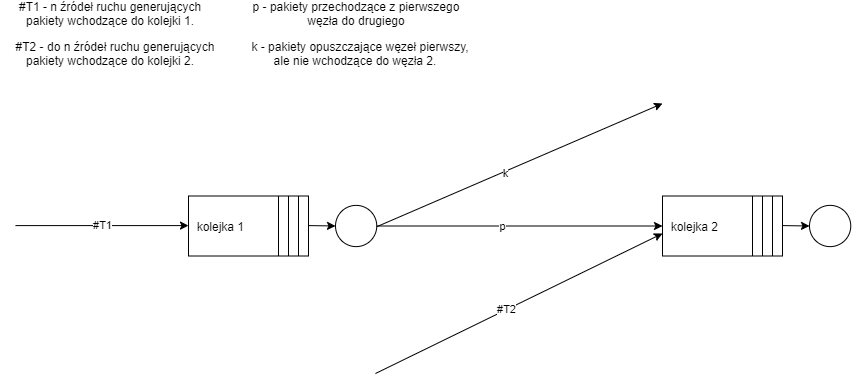
This is scenario.png from jazzsewera/mops-projekt, a draw.io export, as it was before one commit. Source tidied: cells renumbered, new cells last; positions are measured from the earlier drawing's top-left corner, leaving out a move shared by most shapes.
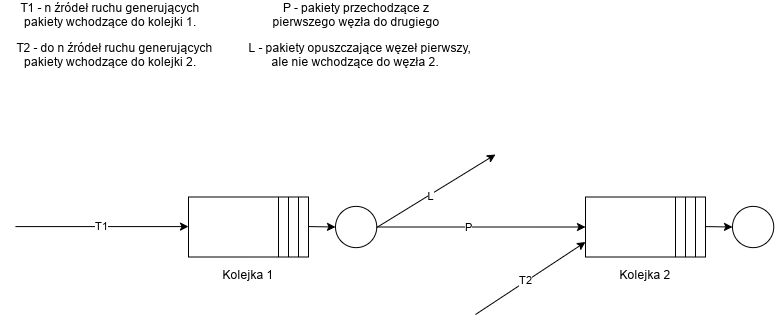
Above is the later version.

Commit message:
Update sections, rm unneccessary schemas

The edit, as a diff of the source:
```diff
@@ -2,19 +2,18 @@
   <root>
     <mxCell id="0" />
     <mxCell id="1" parent="0" />
-    <mxCell id="2" value="p" style="edgeStyle=orthogonalEdgeStyle;rounded=0;orthogonalLoop=1;jettySize=auto;html=1;entryX=0;entryY=0.5;entryDx=0;entryDy=0;exitX=1;exitY=0.5;exitDx=0;exitDy=0;" parent="1" edge="1">
+    <mxCell id="2" value="P" style="edgeStyle=orthogonalEdgeStyle;rounded=0;jettySize=auto;html=1;entryX=0;entryY=0.5;entryDx=0;entryDy=0;exitX=1;exitY=0.5;exitDx=0;exitDy=0;" parent="1" edge="1" target="8">
       <mxGeometry x="-0.12" relative="1" as="geometry">
         <mxPoint x="375" y="222.5" as="sourcePoint" />
-        <mxPoint x="662" y="222.5" as="targetPoint" />
       </mxGeometry>
     </mxCell>
-    <mxCell id="3" value="k" style="endArrow=classic;html=1;exitX=1;exitY=0.75;exitDx=0;exitDy=0;" parent="1" edge="1">
+    <mxCell id="3" value="L" style="endArrow=classic;html=1;exitX=1;exitY=0.75;exitDx=0;exitDy=0;" parent="1" edge="1">
       <mxGeometry x="-0.1" y="-2" relative="1" as="geometry">
         <mxPoint x="375" y="223.8" as="sourcePoint" />
-        <mxPoint x="662" y="100" as="targetPoint" />
+        <mxPoint x="495" y="150" as="targetPoint" />
       </mxGeometry>
     </mxCell>
-    <mxCell id="4" value="&amp;nbsp; kolejka 1" style="rounded=0;whiteSpace=wrap;html=1;align=left;" parent="1" vertex="1">
+    <mxCell id="4" style="rounded=0;whiteSpace=wrap;html=1;align=left;" parent="1" vertex="1">
       <mxGeometry x="188" y="192.5" width="120" height="60" as="geometry" />
     </mxCell>
     <mxCell id="5" style="endArrow=none;html=1;" parent="1" edge="1">
@@ -35,25 +34,25 @@
         <mxPoint x="278" y="192.5" as="targetPoint" />
       </mxGeometry>
     </mxCell>
-    <mxCell id="8" value="&amp;nbsp; kolejka 2" style="rounded=0;whiteSpace=wrap;html=1;align=left;" parent="1" vertex="1">
-      <mxGeometry x="662" y="192.5" width="120" height="60" as="geometry" />
+    <mxCell id="8" style="rounded=0;whiteSpace=wrap;html=1;align=left;" parent="1" vertex="1">
+      <mxGeometry x="585" y="192.5" width="120" height="60" as="geometry" />
     </mxCell>
     <mxCell id="9" style="endArrow=none;html=1;" parent="1" edge="1">
       <mxGeometry relative="1" as="geometry">
-        <mxPoint x="772" y="252.5" as="sourcePoint" />
-        <mxPoint x="772" y="192.5" as="targetPoint" />
+        <mxPoint x="695" y="252.5" as="sourcePoint" />
+        <mxPoint x="695" y="192.5" as="targetPoint" />
       </mxGeometry>
     </mxCell>
     <mxCell id="10" style="endArrow=none;html=1;" parent="1" edge="1">
       <mxGeometry relative="1" as="geometry">
-        <mxPoint x="762" y="252.5" as="sourcePoint" />
-        <mxPoint x="762" y="192.5" as="targetPoint" />
+        <mxPoint x="685" y="252.5" as="sourcePoint" />
+        <mxPoint x="685" y="192.5" as="targetPoint" />
       </mxGeometry>
     </mxCell>
     <mxCell id="11" style="endArrow=none;html=1;" parent="1" edge="1">
       <mxGeometry relative="1" as="geometry">
-        <mxPoint x="752" y="252.5" as="sourcePoint" />
-        <mxPoint x="752" y="192.5" as="targetPoint" />
+        <mxPoint x="675" y="252.5" as="sourcePoint" />
+        <mxPoint x="675" y="192.5" as="targetPoint" />
       </mxGeometry>
     </mxCell>
     <mxCell id="12" style="ellipse;whiteSpace=wrap;html=1;align=center;" parent="1" vertex="1">
@@ -64,40 +63,45 @@
         <mxPoint x="308" y="222.1" as="sourcePoint" />
       </mxGeometry>
     </mxCell>
-    <mxCell id="14" value="#T1" style="endArrow=classic;html=1;" parent="1" edge="1">
+    <mxCell id="14" value="T1" style="endArrow=classic;html=1;" parent="1" edge="1">
       <mxGeometry relative="1" as="geometry">
         <mxPoint x="15" y="222.1" as="sourcePoint" />
         <mxPoint x="188" y="222.1" as="targetPoint" />
       </mxGeometry>
     </mxCell>
-    <mxCell id="15" style="endArrow=classic;html=1;" parent="1" edge="1">
+    <mxCell id="15" style="endArrow=classic;html=1;entryX=0;entryY=0.75;entryDx=0;entryDy=0;" parent="1" edge="1" target="8">
       <mxGeometry relative="1" as="geometry">
-        <mxPoint x="375" y="370" as="sourcePoint" />
-        <mxPoint x="662" y="230" as="targetPoint" />
+        <mxPoint x="475" y="310" as="sourcePoint" />
       </mxGeometry>
     </mxCell>
-    <mxCell id="16" value="#T2" style="edgeLabel;html=1;align=center;verticalAlign=middle;" parent="15" vertex="1">
+    <mxCell id="16" value="T2" style="edgeLabel;html=1;align=center;verticalAlign=middle;" parent="15" vertex="1">
       <mxGeometry x="-0.09" y="1" relative="1" as="geometry" />
     </mxCell>
-    <mxCell id="17" value="#T1 - n źródeł ruchu generujących pakiety wchodzące do kolejki 1." style="text;html=1;strokeColor=none;fillColor=none;align=center;verticalAlign=middle;whiteSpace=wrap;rounded=0;" parent="1" vertex="1">
+    <mxCell id="17" value="T1 - n źródeł ruchu generujących pakiety wchodzące do kolejki 1." style="text;html=1;strokeColor=none;fillColor=none;align=center;verticalAlign=middle;whiteSpace=wrap;rounded=0;" parent="1" vertex="1">
       <mxGeometry x="5" width="210" height="20" as="geometry" />
     </mxCell>
-    <mxCell id="18" value="&amp;nbsp; &amp;nbsp;#T2 - do n źródeł ruchu generujących pakiety wchodzące do kolejki 2." style="text;html=1;strokeColor=none;fillColor=none;align=center;verticalAlign=middle;whiteSpace=wrap;rounded=0;" parent="1" vertex="1">
+    <mxCell id="18" value="&amp;nbsp; &amp;nbsp;T2 - do n źródeł ruchu generujących pakiety wchodzące do kolejki 2." style="text;html=1;strokeColor=none;fillColor=none;align=center;verticalAlign=middle;whiteSpace=wrap;rounded=0;" parent="1" vertex="1">
       <mxGeometry y="40" width="220" height="20" as="geometry" />
     </mxCell>
-    <mxCell id="19" value="p - pakiety przechodzące z pierwszego węzła do drugiego" style="text;html=1;strokeColor=none;fillColor=none;align=center;verticalAlign=middle;whiteSpace=wrap;rounded=0;" parent="1" vertex="1">
+    <mxCell id="19" value="P - pakiety przechodzące z pierwszego węzła do drugiego" style="text;html=1;strokeColor=none;fillColor=none;align=center;verticalAlign=middle;whiteSpace=wrap;rounded=0;" parent="1" vertex="1">
       <mxGeometry x="250.6" width="210" height="20" as="geometry" />
     </mxCell>
-    <mxCell id="20" value="&amp;nbsp; &amp;nbsp;k - pakiety opuszczające węzeł pierwszy, ale nie wchodzące do węzła 2." style="text;html=1;strokeColor=none;fillColor=none;align=center;verticalAlign=middle;whiteSpace=wrap;rounded=0;" parent="1" vertex="1">
+    <mxCell id="20" value="&amp;nbsp; &amp;nbsp;L - pakiety opuszczające węzeł pierwszy, ale nie wchodzące do węzła 2." style="text;html=1;strokeColor=none;fillColor=none;align=center;verticalAlign=middle;whiteSpace=wrap;rounded=0;" parent="1" vertex="1">
       <mxGeometry x="238.4" y="40" width="234.4" height="20" as="geometry" />
     </mxCell>
     <mxCell id="21" style="ellipse;whiteSpace=wrap;html=1;align=center;" parent="1" vertex="1">
-      <mxGeometry x="809" y="201.9" width="41.2" height="41.2" as="geometry" />
+      <mxGeometry x="732" y="201.9" width="41.2" height="41.2" as="geometry" />
     </mxCell>
     <mxCell id="22" style="endArrow=classic;html=1;entryX=0;entryY=0.5;entryDx=0;entryDy=0;" parent="1" edge="1" target="21">
       <mxGeometry relative="1" as="geometry">
-        <mxPoint x="782" y="222.1" as="sourcePoint" />
+        <mxPoint x="705" y="222.1" as="sourcePoint" />
       </mxGeometry>
     </mxCell>
+    <mxCell id="23" value="Kolejka 1" style="text;html=1;strokeColor=none;fillColor=none;align=center;verticalAlign=middle;whiteSpace=wrap;rounded=0;" parent="1" vertex="1">
+      <mxGeometry x="211" y="260" width="74" height="20" as="geometry" />
+    </mxCell>
+    <mxCell id="24" value="Kolejka 2" style="text;html=1;strokeColor=none;fillColor=none;align=center;verticalAlign=middle;whiteSpace=wrap;rounded=0;" parent="1" vertex="1">
+      <mxGeometry x="608" y="260" width="74" height="20" as="geometry" />
+    </mxCell>
   </root>
 </mxGraphModel>
```
